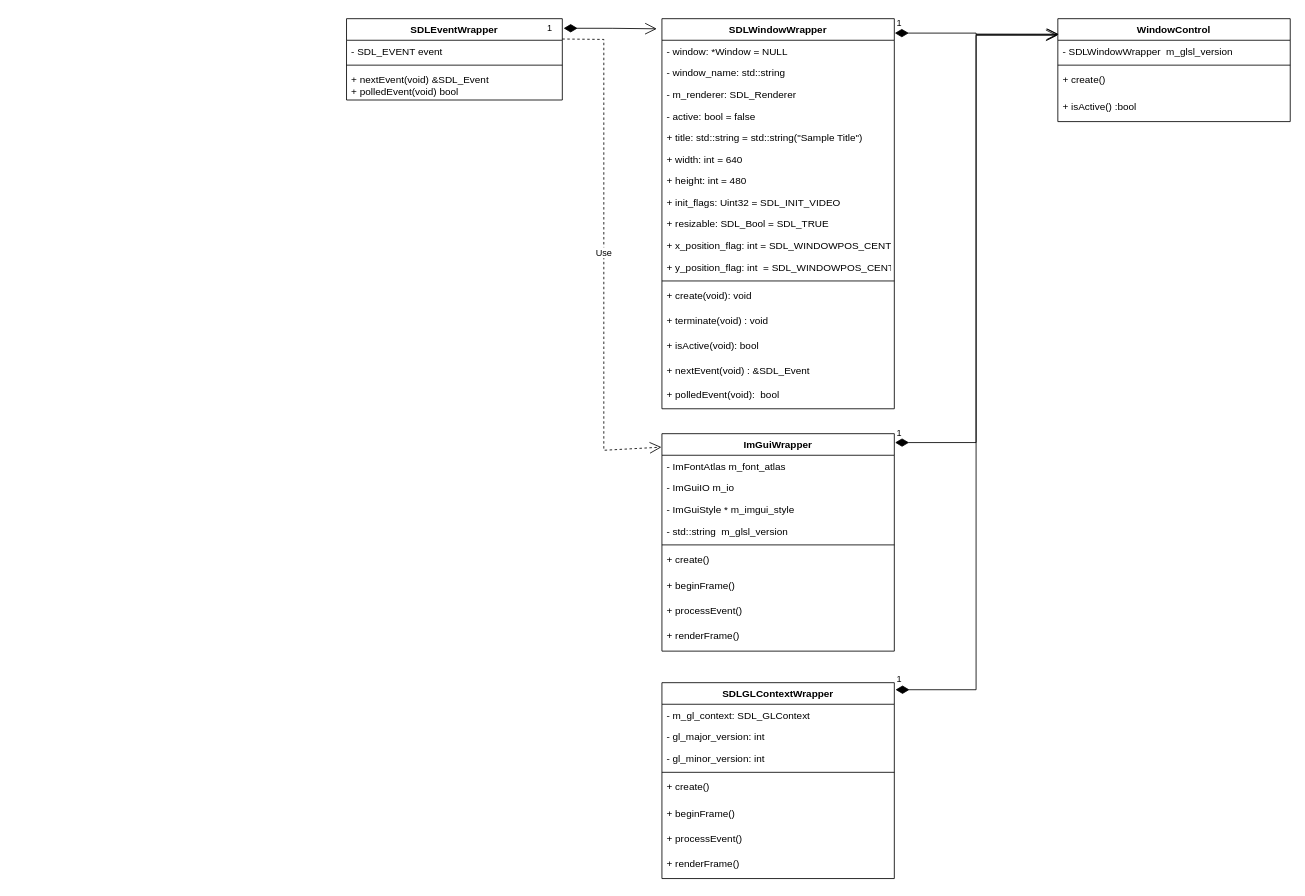
Above: page "Class Diagram" (1 of 4) of docs/in_dev/Design/Total System Design.drawio in AntonyA3/Games-Engine (draw.io), before the change. Source tidied: cells renumbered, new cells numbered last; positions are measured from the earlier drawing's top-left corner, leaving out a move shared by most shapes. Both pictures are drawn from the tidied source at 83%, with x=0, y=0 at pixel (346, 18).
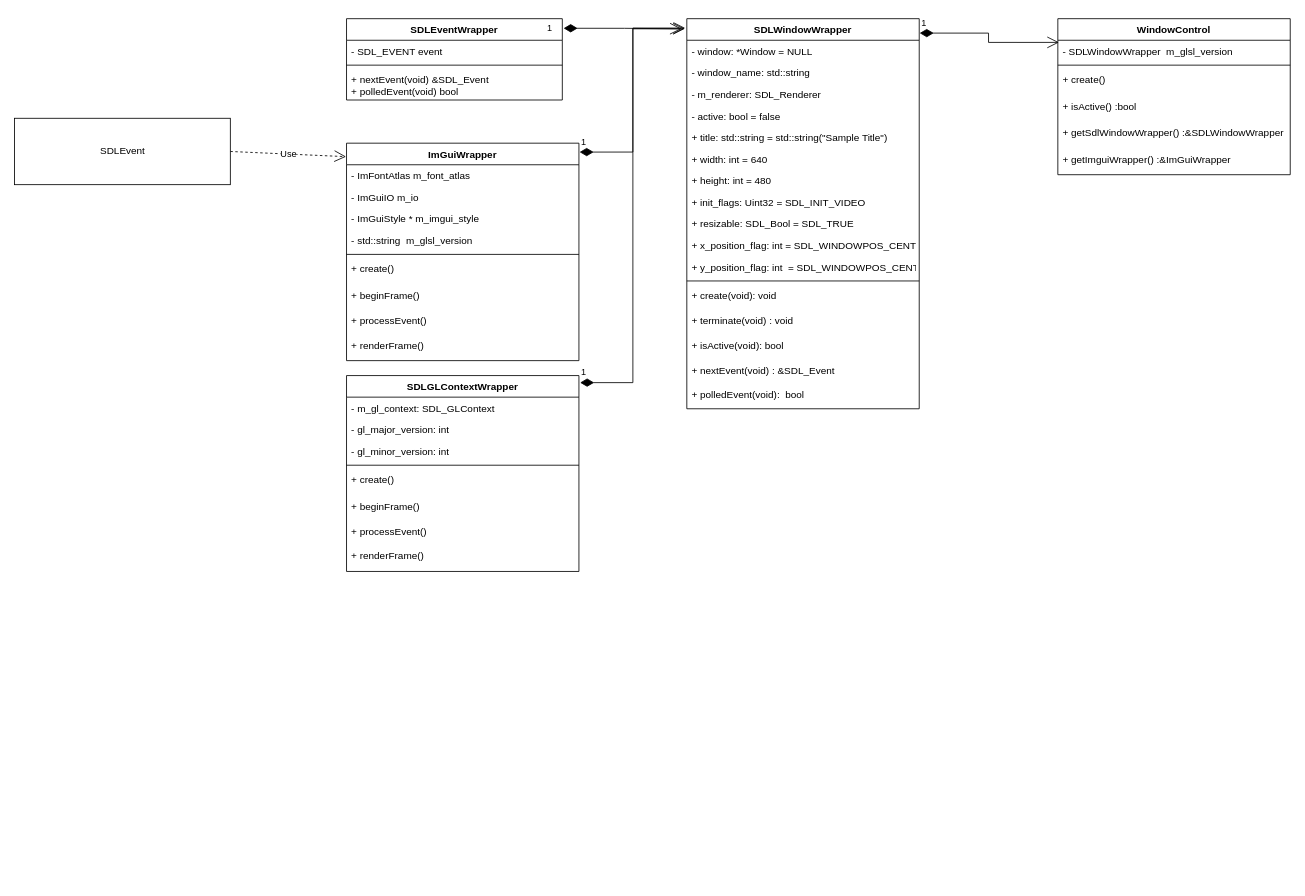
The same page after the edit.

The change refers to these unchanged cells:
```xml
<mxCell id="20" value="SDLEventWrapper" style="swimlane;fontStyle=1;align=center;verticalAlign=top;horizontal=1;startSize=26;" parent="1" vertex="1">
  <mxGeometry width="260" height="98" as="geometry" />
</mxCell>
```

Diff of the diagram source:
```diff
@@
     <mxCell id="2" value="SDLWindowWrapper" style="swimlane;fontStyle=1;align=center;verticalAlign=top;horizontal=1;startSize=26;" parent="1" vertex="1">
-      <mxGeometry x="380" width="280" height="470" as="geometry" />
+      <mxGeometry x="410" width="280" height="470" as="geometry" />
     </mxCell>
@@
     <mxCell id="24" value="ImGuiWrapper" style="swimlane;fontStyle=1;align=center;verticalAlign=top;horizontal=1;startSize=26;" parent="1" vertex="1">
-      <mxGeometry x="380" y="500" width="280" height="262" as="geometry" />
+      <mxGeometry y="150" width="280" height="262" as="geometry" />
     </mxCell>
@@
     <mxCell id="35" value="SDLGLContextWrapper" style="swimlane;fontStyle=1;align=center;verticalAlign=top;horizontal=1;startSize=26;" parent="1" vertex="1">
-      <mxGeometry x="380" y="800" width="280" height="236" as="geometry" />
+      <mxGeometry y="430" width="280" height="236" as="geometry" />
     </mxCell>
@@
-    <mxCell id="44" value="Use" style="endArrow=open;endSize=12;dashed=1;html=1;rounded=0;exitX=1;exitY=0.25;exitDx=0;exitDy=0;entryX=-0.002;entryY=0.062;entryDx=0;entryDy=0;entryPerimeter=0;" parent="1" edge="1" source="20" target="24">
-      <mxGeometry relative="1" as="geometry">
-        <Array as="points">
-          <mxPoint x="310" y="25" />
-          <mxPoint x="310" y="520" />
-        </Array>
-      </mxGeometry>
+    <mxCell id="44" value="Use" style="endArrow=open;endSize=12;dashed=1;html=1;rounded=0;exitX=1;exitY=0.5;exitDx=0;exitDy=0;entryX=-0.002;entryY=0.062;entryDx=0;entryDy=0;entryPerimeter=0;" parent="1" edge="1" source="55" target="24">
+      <mxGeometry relative="1" as="geometry" />
     </mxCell>
     <mxCell id="45" value="WindowControl" style="swimlane;fontStyle=1;align=center;verticalAlign=top;horizontal=1;startSize=26;" parent="1" vertex="1">
-      <mxGeometry x="857" width="280" height="124" as="geometry" />
+      <mxGeometry x="857" width="280" height="188" as="geometry" />
     </mxCell>
@@
+    <mxCell id="53" value="+ getSdlWindowWrapper() :&amp;SDLWindowWrapper" style="text;strokeColor=none;fillColor=none;align=left;verticalAlign=top;spacingLeft=4;spacingRight=4;overflow=hidden;" parent="45" vertex="1">
+      <mxGeometry y="124" width="280" height="32" as="geometry" />
+    </mxCell>
+    <mxCell id="54" value="+ getImguiWrapper() :&amp;ImGuiWrapper" style="text;strokeColor=none;fillColor=none;align=left;verticalAlign=top;spacingLeft=4;spacingRight=4;overflow=hidden;" parent="45" vertex="1">
+      <mxGeometry y="156" width="280" height="32" as="geometry" />
+    </mxCell>
@@
-    <mxCell id="51" value="1" style="endArrow=open;html=1;endSize=12;startArrow=diamondThin;startSize=14;startFill=1;edgeStyle=orthogonalEdgeStyle;align=left;verticalAlign=bottom;rounded=0;exitX=1.005;exitY=0.036;exitDx=0;exitDy=0;exitPerimeter=0;entryX=-0.001;entryY=0.162;entryDx=0;entryDy=0;entryPerimeter=0;" parent="1" edge="1" source="35" target="45">
+    <mxCell id="51" value="1" style="endArrow=open;html=1;endSize=12;startArrow=diamondThin;startSize=14;startFill=1;edgeStyle=orthogonalEdgeStyle;align=left;verticalAlign=bottom;rounded=0;exitX=1.005;exitY=0.036;exitDx=0;exitDy=0;exitPerimeter=0;entryX=-0.007;entryY=0.024;entryDx=0;entryDy=0;entryPerimeter=0;" parent="1" edge="1" source="35" target="2">
       <mxGeometry x="-1" y="3" relative="1" as="geometry" />
     </mxCell>
-    <mxCell id="52" value="1" style="endArrow=open;html=1;endSize=12;startArrow=diamondThin;startSize=14;startFill=1;edgeStyle=orthogonalEdgeStyle;align=left;verticalAlign=bottom;rounded=0;exitX=1.003;exitY=0.041;exitDx=0;exitDy=0;exitPerimeter=0;entryX=0.001;entryY=0.152;entryDx=0;entryDy=0;entryPerimeter=0;" parent="1" edge="1" source="24" target="45">
+    <mxCell id="52" value="1" style="endArrow=open;html=1;endSize=12;startArrow=diamondThin;startSize=14;startFill=1;edgeStyle=orthogonalEdgeStyle;align=left;verticalAlign=bottom;rounded=0;exitX=1.003;exitY=0.041;exitDx=0;exitDy=0;exitPerimeter=0;entryX=-0.009;entryY=0.026;entryDx=0;entryDy=0;entryPerimeter=0;" parent="1" edge="1" source="24" target="2">
       <mxGeometry x="-1" y="3" relative="1" as="geometry" />
     </mxCell>
+    <mxCell id="55" value="SDLEvent" style="html=1;" parent="1" vertex="1">
+      <mxGeometry x="-400" y="120" width="260" height="80" as="geometry" />
+    </mxCell>
```
